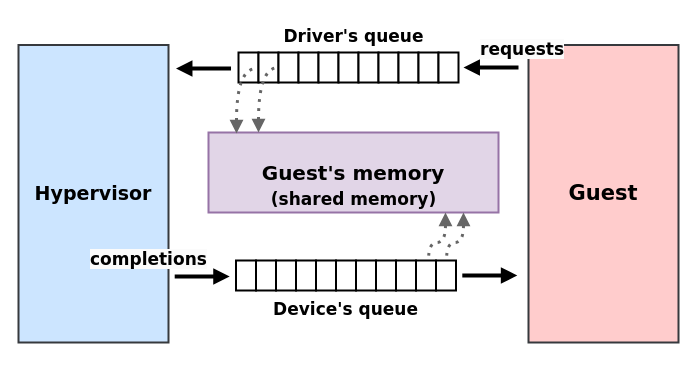
Before: diagrams/virtio.drawio in nuta/vhpc2025-keynote, a draw.io diagram. Source tidied: cells renumbered, new cells numbered last; positions are measured from the earlier drawing's top-left corner, leaving out a move shared by most shapes. Both pictures are drawn from the tidied source at 100%, with x=0, y=0 at pixel (18, 17).
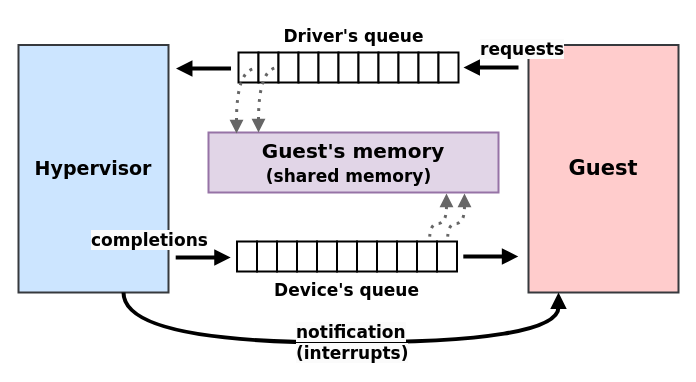
After the change.

Unchanged cells that the change refers to:
```xml
<mxCell id="20" style="whiteSpace=wrap;strokeWidth=2;fontFamily=Verdana;fontStyle=1;fontSize=19;" parent="17" vertex="1">
  <mxGeometry x="40" width="20" height="30" as="geometry" />
</mxCell>
```

Change to the diagram source:
```diff
@@
     <mxCell id="2" value="Guest" style="whiteSpace=wrap;strokeWidth=2;fillColor=#ffcccc;strokeColor=#36393d;fontFamily=Verdana;fontStyle=1;fontSize=21;" parent="1" vertex="1">
-      <mxGeometry x="510" y="27.5" width="150" height="297.5" as="geometry" />
+      <mxGeometry x="510" y="27.5" width="150" height="247.5" as="geometry" />
     </mxCell>
     <mxCell id="3" value="Hypervisor" style="whiteSpace=wrap;strokeWidth=2;fillColor=#cce5ff;strokeColor=#36393d;fontFamily=Verdana;fontStyle=1;fontSize=19;" parent="1" vertex="1">
-      <mxGeometry y="27.5" width="150" height="297.5" as="geometry" />
+      <mxGeometry y="27.5" width="150" height="247.5" as="geometry" />
     </mxCell>
     <mxCell id="4" style="group;" parent="1" vertex="1">
-      <mxGeometry x="210" y="243" width="235" height="60" as="geometry" />
+      <mxGeometry x="211" y="224" width="235" height="60" as="geometry" />
     </mxCell>
@@
     <mxCell id="24" style="rounded=0;orthogonalLoop=1;jettySize=auto;html=1;strokeWidth=4;endArrow=none;endFill=0;startArrow=block;startFill=1;" parent="1" edge="1">
       <mxGeometry relative="1" as="geometry">
-        <mxPoint x="498.8" y="258" as="sourcePoint" />
-        <mxPoint x="443.8" y="258" as="targetPoint" />
+        <mxPoint x="499.8" y="239" as="sourcePoint" />
+        <mxPoint x="444.8" y="239" as="targetPoint" />
       </mxGeometry>
     </mxCell>
     <mxCell id="25" style="rounded=0;orthogonalLoop=1;jettySize=auto;html=1;strokeWidth=4;endArrow=none;endFill=0;startArrow=block;startFill=1;" parent="1" edge="1">
       <mxGeometry relative="1" as="geometry">
-        <mxPoint x="211.2" y="259" as="sourcePoint" />
-        <mxPoint x="156.2" y="259" as="targetPoint" />
+        <mxPoint x="212.2" y="240" as="sourcePoint" />
+        <mxPoint x="157.2" y="240" as="targetPoint" />
       </mxGeometry>
     </mxCell>
-    <mxCell id="26" value="Guest's memory" style="whiteSpace=wrap;strokeWidth=2;fillColor=#e1d5e7;strokeColor=#9673a6;fontFamily=Verdana;fontStyle=1;fontSize=20;" parent="1" vertex="1">
-      <mxGeometry x="190" y="115" width="290" height="80" as="geometry" />
+    <mxCell id="26" value="Guest's memory" style="whiteSpace=wrap;strokeWidth=2;fillColor=#e1d5e7;strokeColor=#9673a6;fontFamily=Verdana;fontStyle=1;fontSize=20;verticalAlign=top;" parent="1" vertex="1">
+      <mxGeometry x="190" y="115" width="290" height="60" as="geometry" />
     </mxCell>
@@
     <mxCell id="28" value="&lt;b style=&quot;border-color: var(--border-color); color: rgb(0, 0, 0); font-family: Verdana; font-style: normal; font-variant-ligatures: normal; font-variant-caps: normal; letter-spacing: normal; orphans: 2; text-align: center; text-indent: 0px; text-transform: none; widows: 2; word-spacing: 0px; -webkit-text-stroke-width: 0px; background-color: rgb(251, 251, 251); text-decoration-thickness: initial; text-decoration-style: initial; text-decoration-color: initial; font-size: 17px;&quot;&gt;completions&lt;br style=&quot;border-color: var(--border-color);&quot;&gt;&lt;/b&gt;" style="text;whiteSpace=wrap;html=1;fontSize=17;" parent="1" vertex="1">
-      <mxGeometry x="70" y="225" width="80" height="40" as="geometry" />
+      <mxGeometry x="71" y="206" width="80" height="40" as="geometry" />
     </mxCell>
@@
     <mxCell id="46" style="rounded=0;jettySize=auto;html=1;strokeWidth=3;endArrow=none;endFill=0;startArrow=block;startFill=1;edgeStyle=orthogonalEdgeStyle;elbow=vertical;curved=1;strokeColor=#666666;dashed=1;dashPattern=1 2;" parent="1" edge="1" target="20">
       <mxGeometry relative="1" as="geometry">
-        <mxPoint x="445" y="195" as="sourcePoint" />
+        <mxPoint x="446" y="176" as="sourcePoint" />
         <Array as="points">
-          <mxPoint x="445" y="225" />
-          <mxPoint x="428" y="225" />
+          <mxPoint x="446" y="206" />
+          <mxPoint x="429" y="206" />
         </Array>
       </mxGeometry>
     </mxCell>
@@
     <mxCell id="48" style="rounded=0;orthogonalLoop=1;jettySize=auto;html=1;strokeWidth=3;endArrow=none;endFill=0;startArrow=block;startFill=1;edgeStyle=orthogonalEdgeStyle;elbow=vertical;curved=1;strokeColor=#666666;dashed=1;dashPattern=1 2;" parent="1" edge="1">
       <mxGeometry relative="1" as="geometry">
-        <mxPoint x="427" y="195" as="sourcePoint" />
-        <mxPoint x="410" y="243" as="targetPoint" />
+        <mxPoint x="428" y="176" as="sourcePoint" />
+        <mxPoint x="411" y="224" as="targetPoint" />
         <Array as="points">
-          <mxPoint x="427" y="225" />
-          <mxPoint x="410" y="225" />
+          <mxPoint x="428" y="206" />
+          <mxPoint x="411" y="206" />
         </Array>
       </mxGeometry>
     </mxCell>
@@
     <mxCell id="50" value="&lt;font face=&quot;Verdana&quot; style=&quot;font-size: 17px;&quot;&gt;&lt;span style=&quot;font-size: 17px;&quot;&gt;&lt;b style=&quot;font-size: 17px;&quot;&gt;(shared memory)&lt;br style=&quot;font-size: 17px;&quot;&gt;&lt;/b&gt;&lt;/span&gt;&lt;/font&gt;" style="text;whiteSpace=wrap;html=1;align=center;fontSize=17;" parent="1" vertex="1">
-      <mxGeometry x="218" y="165" width="235" height="30" as="geometry" />
+      <mxGeometry x="212.5" y="142" width="235" height="30" as="geometry" />
     </mxCell>
+    <mxCell id="51" style="rounded=0;orthogonalLoop=1;jettySize=auto;html=1;strokeWidth=4;endArrow=none;endFill=0;startArrow=block;startFill=1;edgeStyle=orthogonalEdgeStyle;curved=1;entryX=0.5;entryY=1;entryDx=0;entryDy=0;" parent="1" edge="1">
+      <mxGeometry relative="1" as="geometry">
+        <mxPoint x="540" y="275" as="sourcePoint" />
+        <mxPoint x="105" y="275" as="targetPoint" />
+        <Array as="points">
+          <mxPoint x="540" y="325" />
+          <mxPoint x="105" y="325" />
+        </Array>
+      </mxGeometry>
+    </mxCell>
+    <mxCell id="52" value="&lt;b style=&quot;border-color: var(--border-color); color: rgb(0, 0, 0); font-family: Verdana; font-style: normal; font-variant-ligatures: normal; font-variant-caps: normal; letter-spacing: normal; orphans: 2; text-align: center; text-indent: 0px; text-transform: none; widows: 2; word-spacing: 0px; -webkit-text-stroke-width: 0px; background-color: rgb(251, 251, 251); text-decoration-thickness: initial; text-decoration-style: initial; text-decoration-color: initial; font-size: 17px;&quot;&gt;notification (interrupts)&lt;br style=&quot;border-color: var(--border-color);&quot;&gt;&lt;/b&gt;" style="text;whiteSpace=wrap;html=1;fontSize=17;" parent="1" vertex="1">
+      <mxGeometry x="276" y="298" width="80" height="40" as="geometry" />
+    </mxCell>
```
